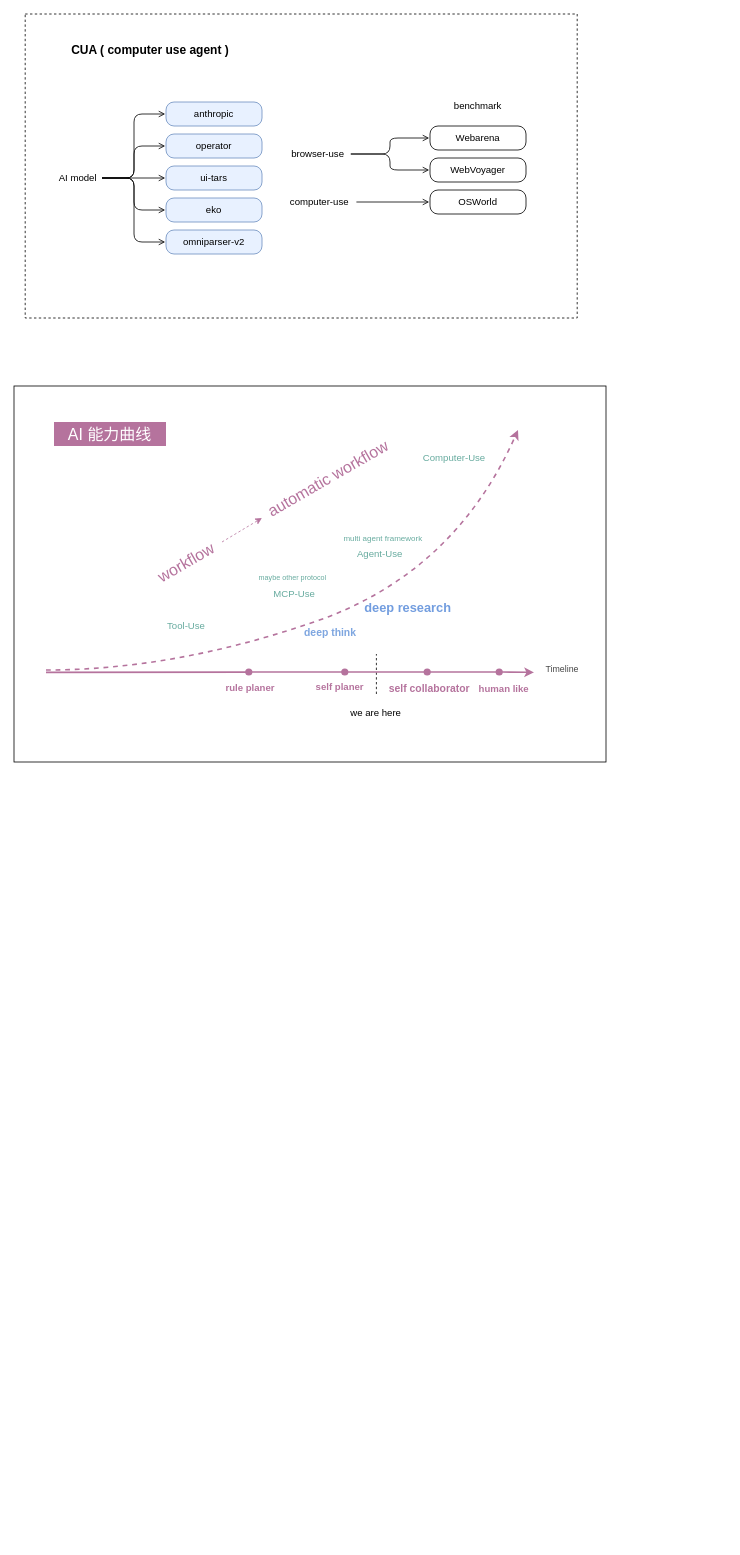
Above: computer-use.drawio in axtrur/awsome-ai-agent (draw.io), before the change. Source tidied: cells renumbered, new cells numbered last; positions are measured from the earlier drawing's top-left corner, leaving out a move shared by most shapes. Both pictures are drawn from the tidied source at 80%, with x=0, y=0 at pixel (14, 14).
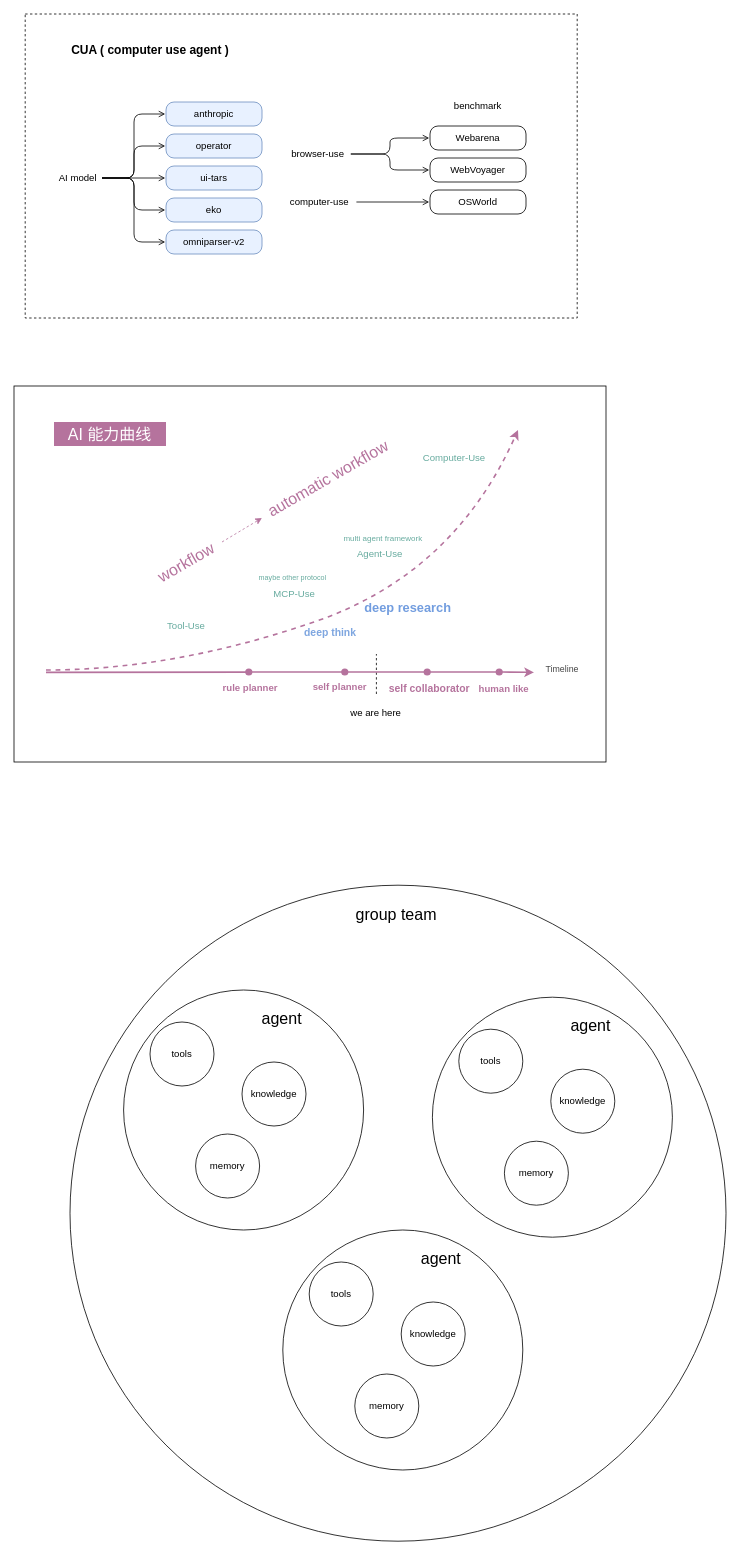
The same diagram, later.

The edit, as a diff of the source:
```diff
@@
+    <mxCell id="54" style="ellipse;whiteSpace=wrap;html=1;rounded=0;align=center;verticalAlign=middle;fontFamily=Helvetica;fontSize=20;fontColor=default;fillColor=none;gradientColor=none;" parent="1" vertex="1">
+      <mxGeometry x="70" y="1089" width="820" height="820" as="geometry" />
+    </mxCell>
+    <mxCell id="55" style="ellipse;whiteSpace=wrap;html=1;rounded=0;align=center;verticalAlign=middle;fontFamily=Helvetica;fontSize=12;fontColor=default;fillColor=none;gradientColor=none;" parent="1" vertex="1">
+      <mxGeometry x="137" y="1220" width="300" height="300" as="geometry" />
+    </mxCell>
@@
-    <mxCell id="31" value="self planer" style="text;html=1;align=center;verticalAlign=middle;strokeColor=none;fillColor=none;fontColor=#B5739D;fontStyle=1;" parent="1" vertex="1">
-      <mxGeometry x="367" y="827" width="80" height="30" as="geometry" />
+    <mxCell id="31" value="self planner" style="text;html=1;align=center;verticalAlign=middle;strokeColor=none;fillColor=none;fontColor=#B5739D;fontStyle=1;" parent="1" vertex="1">
+      <mxGeometry x="362" y="827" width="90" height="30" as="geometry" />
     </mxCell>
@@
-    <mxCell id="40" value="rule planer" style="text;html=1;align=center;verticalAlign=middle;strokeColor=none;fillColor=none;fontColor=#B5739D;fontStyle=1;" parent="1" vertex="1">
-      <mxGeometry x="255" y="828" width="80" height="30" as="geometry" />
+    <mxCell id="40" value="rule planner" style="text;html=1;align=center;verticalAlign=middle;strokeColor=none;fillColor=none;fontColor=#B5739D;fontStyle=1;" parent="1" vertex="1">
+      <mxGeometry x="250" y="828" width="90" height="30" as="geometry" />
     </mxCell>
@@
+    <mxCell id="56" value="tools" style="ellipse;whiteSpace=wrap;html=1;rounded=0;align=center;verticalAlign=middle;fontFamily=Helvetica;fontSize=12;fontColor=default;fillColor=none;gradientColor=none;" parent="1" vertex="1">
+      <mxGeometry x="170" y="1260" width="80" height="80" as="geometry" />
+    </mxCell>
+    <mxCell id="57" value="knowledge" style="ellipse;whiteSpace=wrap;html=1;rounded=0;align=center;verticalAlign=middle;fontFamily=Helvetica;fontSize=12;fontColor=default;fillColor=none;gradientColor=none;" parent="1" vertex="1">
+      <mxGeometry x="285" y="1310" width="80" height="80" as="geometry" />
+    </mxCell>
+    <mxCell id="58" value="memory" style="ellipse;whiteSpace=wrap;html=1;rounded=0;align=center;verticalAlign=middle;fontFamily=Helvetica;fontSize=12;fontColor=default;fillColor=none;gradientColor=none;" parent="1" vertex="1">
+      <mxGeometry x="227" y="1400" width="80" height="80" as="geometry" />
+    </mxCell>
+    <mxCell id="59" value="agent" style="text;html=1;align=center;verticalAlign=middle;whiteSpace=wrap;rounded=0;fontFamily=Helvetica;fontSize=20;fontColor=default;" parent="1" vertex="1">
+      <mxGeometry x="305" y="1240" width="60" height="30" as="geometry" />
+    </mxCell>
+    <mxCell id="60" style="ellipse;whiteSpace=wrap;html=1;rounded=0;align=center;verticalAlign=middle;fontFamily=Helvetica;fontSize=12;fontColor=default;fillColor=none;gradientColor=none;" parent="1" vertex="1">
+      <mxGeometry x="523" y="1229" width="300" height="300" as="geometry" />
+    </mxCell>
+    <mxCell id="61" value="tools" style="ellipse;whiteSpace=wrap;html=1;rounded=0;align=center;verticalAlign=middle;fontFamily=Helvetica;fontSize=12;fontColor=default;fillColor=none;gradientColor=none;" parent="1" vertex="1">
+      <mxGeometry x="556" y="1269" width="80" height="80" as="geometry" />
+    </mxCell>
+    <mxCell id="62" value="knowledge" style="ellipse;whiteSpace=wrap;html=1;rounded=0;align=center;verticalAlign=middle;fontFamily=Helvetica;fontSize=12;fontColor=default;fillColor=none;gradientColor=none;" parent="1" vertex="1">
+      <mxGeometry x="671" y="1319" width="80" height="80" as="geometry" />
+    </mxCell>
+    <mxCell id="63" value="memory" style="ellipse;whiteSpace=wrap;html=1;rounded=0;align=center;verticalAlign=middle;fontFamily=Helvetica;fontSize=12;fontColor=default;fillColor=none;gradientColor=none;" parent="1" vertex="1">
+      <mxGeometry x="613" y="1409" width="80" height="80" as="geometry" />
+    </mxCell>
+    <mxCell id="64" value="agent" style="text;html=1;align=center;verticalAlign=middle;whiteSpace=wrap;rounded=0;fontFamily=Helvetica;fontSize=20;fontColor=default;" parent="1" vertex="1">
+      <mxGeometry x="691" y="1249" width="60" height="30" as="geometry" />
+    </mxCell>
+    <mxCell id="65" style="ellipse;whiteSpace=wrap;html=1;rounded=0;align=center;verticalAlign=middle;fontFamily=Helvetica;fontSize=12;fontColor=default;fillColor=none;gradientColor=none;" parent="1" vertex="1">
+      <mxGeometry x="336" y="1520" width="300" height="300" as="geometry" />
+    </mxCell>
+    <mxCell id="66" value="tools" style="ellipse;whiteSpace=wrap;html=1;rounded=0;align=center;verticalAlign=middle;fontFamily=Helvetica;fontSize=12;fontColor=default;fillColor=none;gradientColor=none;" parent="1" vertex="1">
+      <mxGeometry x="369" y="1560" width="80" height="80" as="geometry" />
+    </mxCell>
+    <mxCell id="67" value="knowledge" style="ellipse;whiteSpace=wrap;html=1;rounded=0;align=center;verticalAlign=middle;fontFamily=Helvetica;fontSize=12;fontColor=default;fillColor=none;gradientColor=none;" parent="1" vertex="1">
+      <mxGeometry x="484" y="1610" width="80" height="80" as="geometry" />
+    </mxCell>
+    <mxCell id="68" value="memory" style="ellipse;whiteSpace=wrap;html=1;rounded=0;align=center;verticalAlign=middle;fontFamily=Helvetica;fontSize=12;fontColor=default;fillColor=none;gradientColor=none;" parent="1" vertex="1">
+      <mxGeometry x="426" y="1700" width="80" height="80" as="geometry" />
+    </mxCell>
+    <mxCell id="69" value="agent" style="text;html=1;align=center;verticalAlign=middle;whiteSpace=wrap;rounded=0;fontFamily=Helvetica;fontSize=20;fontColor=default;" parent="1" vertex="1">
+      <mxGeometry x="504" y="1540" width="60" height="30" as="geometry" />
+    </mxCell>
+    <mxCell id="70" value="group team" style="text;html=1;align=center;verticalAlign=middle;whiteSpace=wrap;rounded=0;fontFamily=Helvetica;fontSize=20;fontColor=default;" parent="1" vertex="1">
+      <mxGeometry x="426" y="1110" width="104" height="30" as="geometry" />
+    </mxCell>
```
